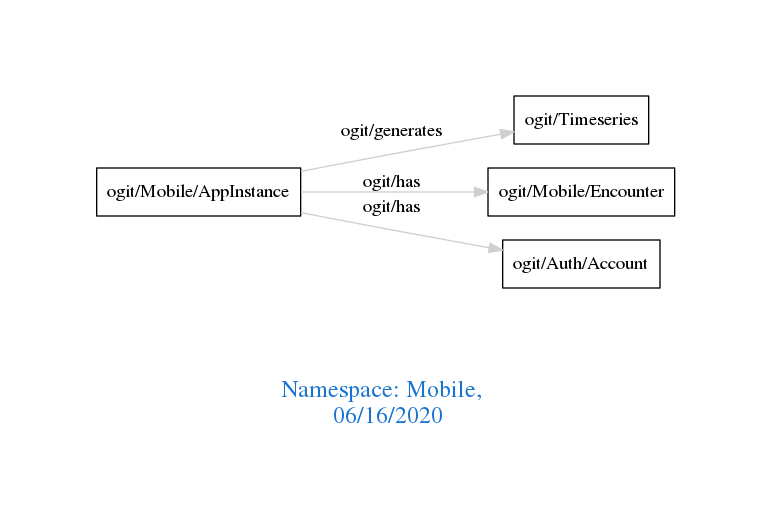
Above: downloads/Mobile.png in arago/OGIT (Graphviz), before the change. Its source is kept beside it as downloads/Mobile.dot. Its diagram source:
```dot
digraph OGIT_ontology {
 graph [ rankdir= LR,pad=1
fontsize = 18,
fontcolor= dodgerblue3,label = "\n\n\nNamespace: Mobile, \n 06/16/2020"];
node[shape=polygon];
edge [  color="gray81"];

   "ogit/Mobile/AppInstance" -> "ogit/Timeseries" [label="   ogit/generates    "];
   "ogit/Mobile/AppInstance" -> "ogit/Mobile/Encounter" [label="   ogit/has    "];
   "ogit/Mobile/AppInstance" -> "ogit/Auth/Account" [label="   ogit/has    "];
}
```
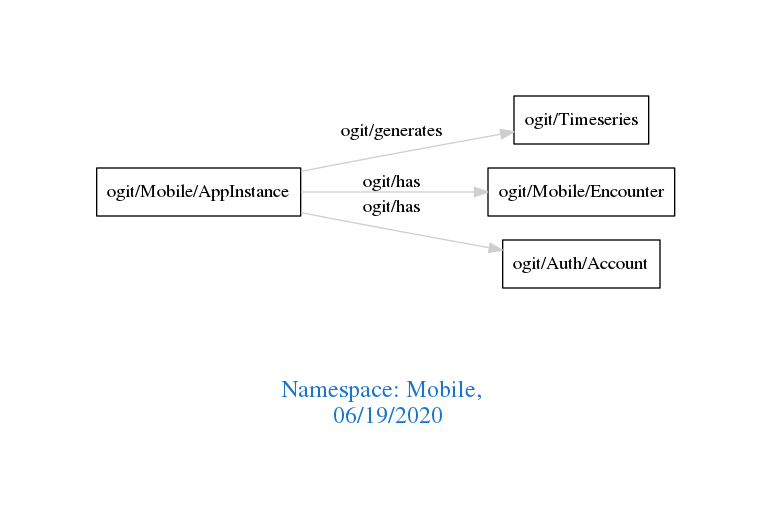
The same diagram one commit later.

Change to the diagram source:
```diff
@@ -1,7 +1,7 @@
 digraph OGIT_ontology {
  graph [ rankdir= LR,pad=1
 fontsize = 18,
-fontcolor= dodgerblue3,label = "\n\n\nNamespace: Mobile, \n 06/16/2020"];
+fontcolor= dodgerblue3,label = "\n\n\nNamespace: Mobile, \n 06/19/2020"];
 node[shape=polygon];
 edge [  color="gray81"];
 
```
